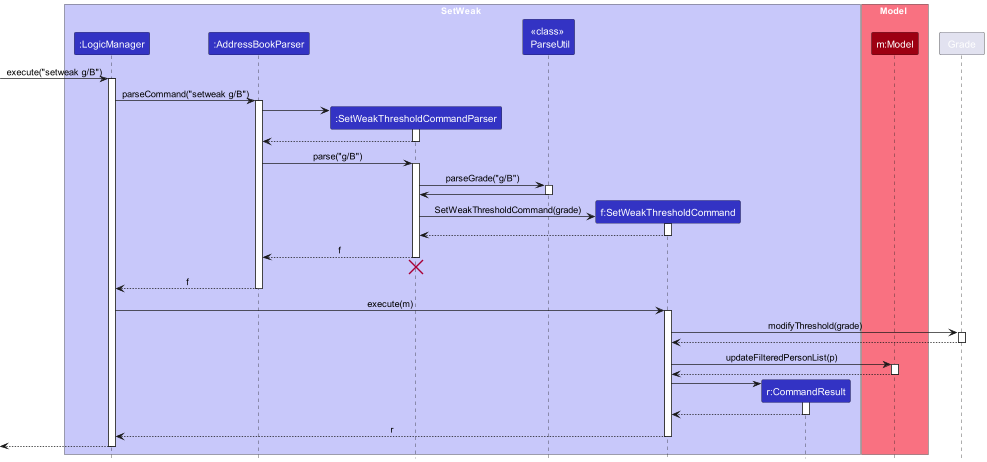
willowisp01/tp keeps this PlantUML diagram as docs/images/SetWeakSequenceDiagram.png. Above is the earlier version. The source it was exported from:
```plantuml
@startuml
!include style.puml
skinparam ArrowFontStyle plain

box SetWeak LOGIC_COLOR_T1
participant ":LogicManager" as LogicManager LOGIC_COLOR
participant ":AddressBookParser" as AddressBookParser LOGIC_COLOR
participant ":SetWeakThresholdCommandParser" as SetWeakThresholdCommandParser LOGIC_COLOR
participant "<<class>> \n ParseUtil" as ParseUtil LOGIC_COLOR
participant "f:SetWeakThresholdCommand" as SetWeakThresholdCommand LOGIC_COLOR
participant "r:CommandResult" as CommandResult LOGIC_COLOR
end box

box Model MODEL_COLOR_T1
participant "m:Model" as Model MODEL_COLOR
end box

[-> LogicManager : execute("setweak g/B")
activate LogicManager

LogicManager -> AddressBookParser : parseCommand("setweak g/B")
activate AddressBookParser

create SetWeakThresholdCommandParser
AddressBookParser -> SetWeakThresholdCommandParser
activate SetWeakThresholdCommandParser

SetWeakThresholdCommandParser --> AddressBookParser
deactivate SetWeakThresholdCommandParser

AddressBookParser -> SetWeakThresholdCommandParser : parse("g/B")
activate SetWeakThresholdCommandParser

SetWeakThresholdCommandParser -> ParseUtil : parseGrade("g/B")
activate ParseUtil

ParseUtil -> SetWeakThresholdCommandParser
deactivate ParseUtil

create SetWeakThresholdCommand
SetWeakThresholdCommandParser -> SetWeakThresholdCommand : SetWeakThresholdCommand(grade)
activate SetWeakThresholdCommand

SetWeakThresholdCommand --> SetWeakThresholdCommandParser :
deactivate SetWeakThresholdCommand

SetWeakThresholdCommandParser --> AddressBookParser : f
deactivate SetWeakThresholdCommandParser
SetWeakThresholdCommandParser -[hidden]-> AddressBookParser
destroy SetWeakThresholdCommandParser

AddressBookParser --> LogicManager : f
deactivate AddressBookParser

LogicManager -> SetWeakThresholdCommand : execute(m)
activate SetWeakThresholdCommand

SetWeakThresholdCommand -> Grade : modifyThreshold(grade)
activate Grade
Grade --> SetWeakThresholdCommand
deactivate Grade

SetWeakThresholdCommand -> Model : updateFilteredPersonList(p)
activate Model

Model --> SetWeakThresholdCommand
deactivate Model

create CommandResult
SetWeakThresholdCommand -> CommandResult
activate CommandResult

CommandResult --> SetWeakThresholdCommand
deactivate CommandResult

SetWeakThresholdCommand --> LogicManager : r
deactivate SetWeakThresholdCommand

[<--LogicManager
deactivate LogicManager
@enduml
```
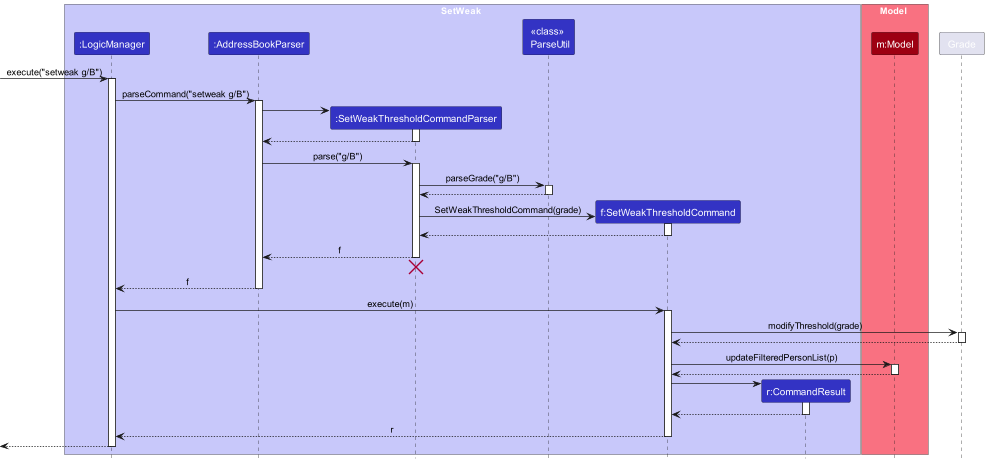
After the change.

Commit message:
Update setweak diagram

What changed in the source:
```diff
@@ -34,7 +34,7 @@
 SetWeakThresholdCommandParser -> ParseUtil : parseGrade("g/B")
 activate ParseUtil
 
-ParseUtil -> SetWeakThresholdCommandParser
+ParseUtil --> SetWeakThresholdCommandParser
 deactivate ParseUtil
 
 create SetWeakThresholdCommand
```
